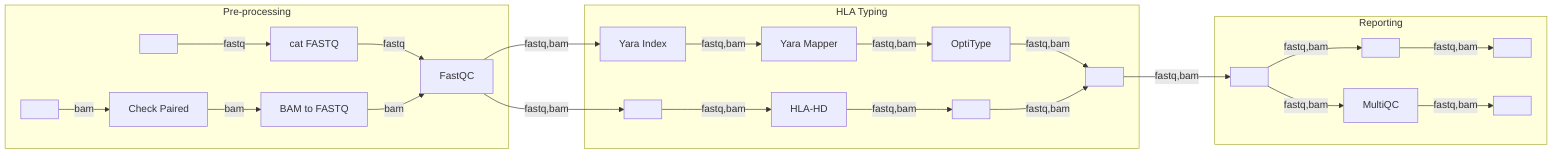
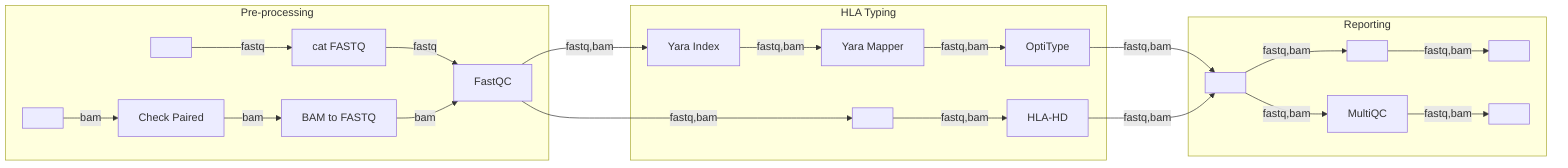
%%metro title: nf-core/hlatyping
%%metro style: dark
%%metro logo: docs/images/nf-core-hlatyping_logo_dark.png
%%metro file: fastq_in | FASTQ
%%metro file: bam_in | BAM
%%metro file: report_tsv | TSV
%%metro file: report_html | HTML
%%metro line: fastq | FASTQ | #2db572
%%metro line: bam | BAM | #e6842a
%%metro legend: bl

graph LR
    subgraph preprocessing [Pre-processing]
        %%metro exit: right | fastq, bam
        fastq_in[ ]
        bam_in[ ]
        cat_fastq[cat FASTQ]
        check_paired[Check Paired]
        collatefastq[BAM to FASTQ]
        fastqc[FastQC]

        fastq_in -->|fastq| cat_fastq
        cat_fastq -->|fastq| fastqc
        bam_in -->|bam| check_paired
        check_paired -->|bam| collatefastq
        collatefastq -->|bam| fastqc
    end

    subgraph hla_typing [HLA Typing]
        %%metro entry: left | fastq, bam
        %%metro exit: right | fastq, bam
        yara_index[Yara Index]
        yara_mapper[Yara Mapper]
        optitype_run[OptiType]
        _hlahd_delay[ ]
        hlahd_run[HLA-HD]
-         _hlahd_delay2[ ]
-         _merge1[ ]

        yara_index -->|fastq,bam| yara_mapper
        yara_mapper -->|fastq,bam| optitype_run
-         optitype_run -->|fastq,bam| _merge1
        _hlahd_delay -->|fastq,bam| hlahd_run
-         hlahd_run -->|fastq,bam| _hlahd_delay2
-         _hlahd_delay2 -->|fastq,bam| _merge1
    end

    subgraph reporting [Reporting]
        %%metro entry: left | fastq, bam
        _branch2[ ]
        _tsv_delay[ ]
        report_tsv[ ]
        multiqc[MultiQC]
        report_html[ ]

        _branch2 -->|fastq,bam| _tsv_delay
        _tsv_delay -->|fastq,bam| report_tsv
        _branch2 -->|fastq,bam| multiqc
        multiqc -->|fastq,bam| report_html
    end

    %% Inter-section edges
    fastqc -->|fastq,bam| yara_index
    fastqc -->|fastq,bam| _hlahd_delay
-     _merge1 -->|fastq,bam| _branch2
+     optitype_run -->|fastq,bam| _branch2
+     hlahd_run -->|fastq,bam| _branch2
